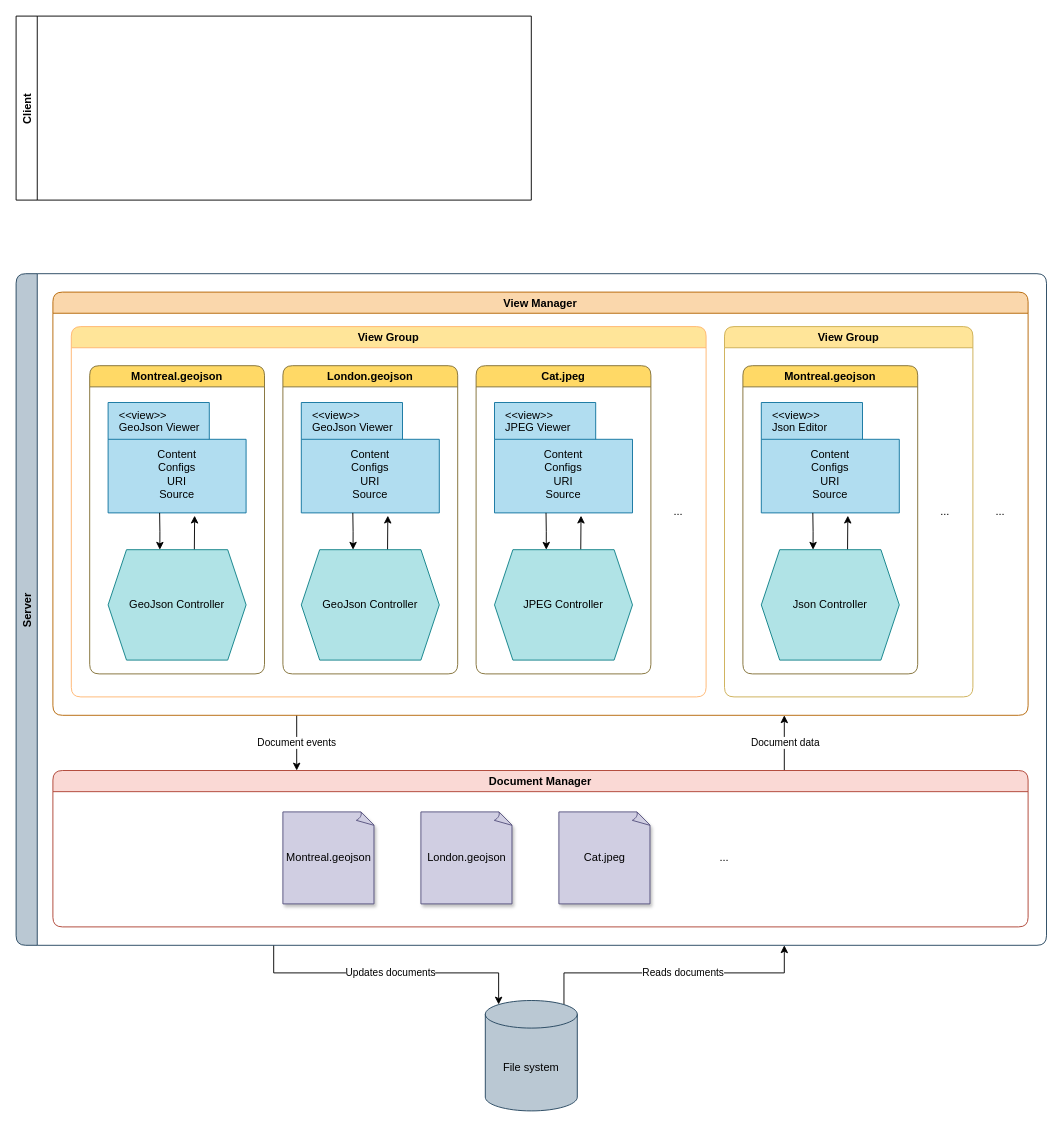
1amchris/ssanto keeps this draw.io diagram as views.drawio. Above is the earlier version. Source tidied: cells renumbered, new cells numbered last; positions are measured from the earlier drawing's top-left corner, leaving out a move shared by most shapes. Both pictures are drawn from the tidied source at 92%, with x=0, y=0 at pixel (16, 16).
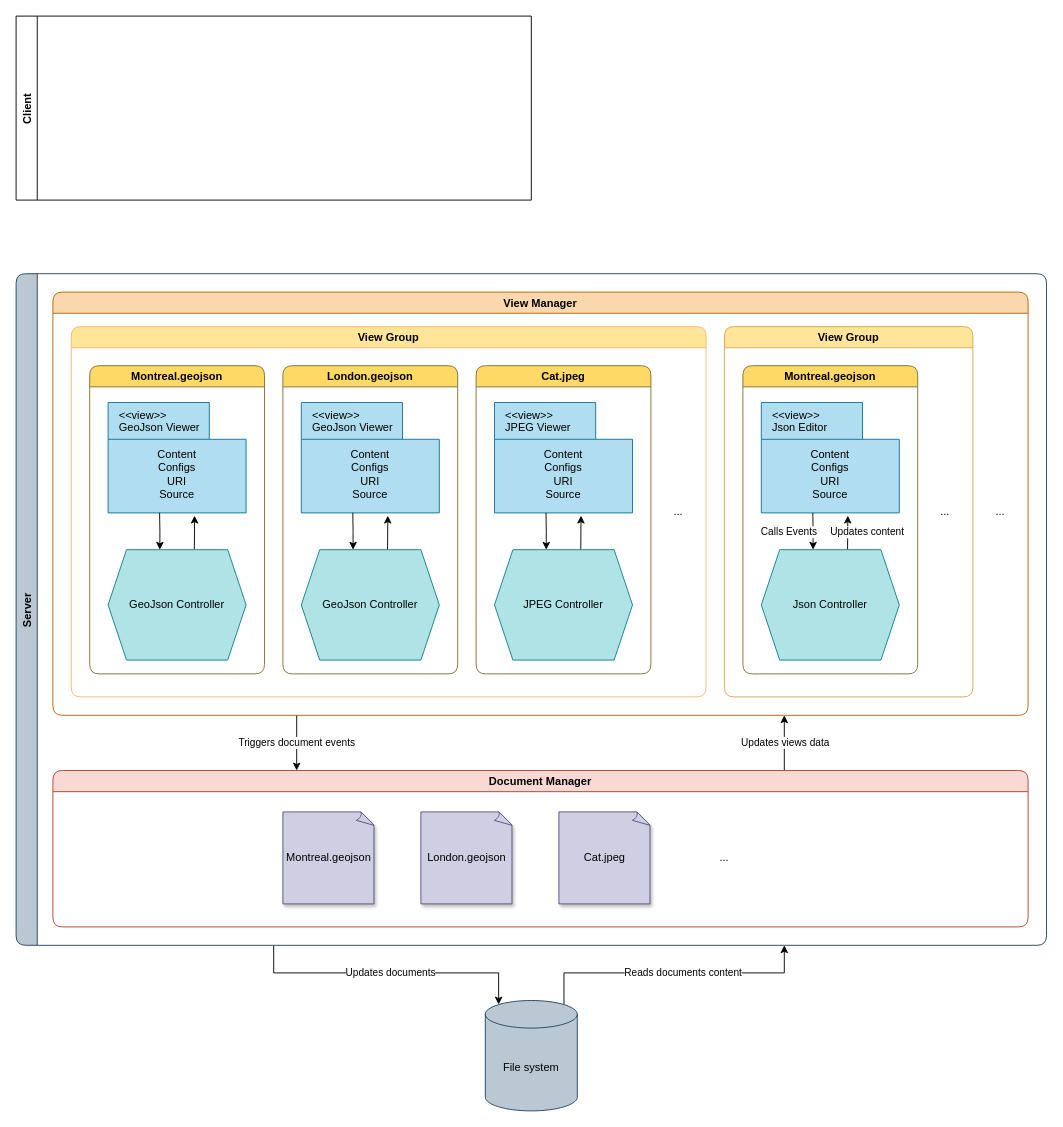
After the change.

Unchanged cells that the change refers to:
```xml
<mxCell id="5" value="Server" style="swimlane;horizontal=0;fillColor=#bac8d3;strokeColor=#23445d;rounded=1;" parent="1" vertex="1">
  <mxGeometry y="280" width="1120" height="730" as="geometry" />
</mxCell>
<mxCell id="6" style="edgeStyle=orthogonalEdgeStyle;rounded=0;jettySize=auto;html=1;exitX=0.75;exitY=0;exitDx=0;exitDy=0;entryX=0.75;entryY=1;entryDx=0;entryDy=0;startArrow=none;startFill=0;endArrow=classic;endFill=1;" parent="5" edge="1" source="8" target="14">
  <mxGeometry relative="1" as="geometry" />
</mxCell>
<mxCell id="8" value="Document Manager" style="swimlane;fillColor=#fad9d5;strokeColor=#ae4132;rounded=1;" parent="5" vertex="1">
  <mxGeometry x="40" y="540" width="1060" height="170" as="geometry" />
</mxCell>
<mxCell id="14" value="View Manager" style="swimlane;fillColor=#fad7ac;strokeColor=#b46504;rounded=1;" parent="5" vertex="1">
  <mxGeometry x="40" y="20" width="1060" height="460" as="geometry" />
</mxCell>
<mxCell id="38" style="edgeStyle=orthogonalEdgeStyle;rounded=0;jettySize=auto;html=1;exitX=0.625;exitY=0;exitDx=0;exitDy=0;entryX=0.627;entryY=1.025;entryDx=0;entryDy=0;entryPerimeter=0;" parent="36" edge="1" source="40" target="37">
  <mxGeometry relative="1" as="geometry" />
</mxCell>
<mxCell id="39" style="edgeStyle=orthogonalEdgeStyle;rounded=0;jettySize=auto;html=1;exitX=0.375;exitY=0;exitDx=0;exitDy=0;endArrow=none;endFill=0;startArrow=classic;startFill=1;" parent="36" edge="1" source="40">
  <mxGeometry relative="1" as="geometry">
    <mxPoint x="76" y="160" as="targetPoint" />
  </mxGeometry>
</mxCell>
<mxCell id="44" style="edgeStyle=orthogonalEdgeStyle;rounded=0;jettySize=auto;html=1;exitX=0.855;exitY=0;exitDx=0;exitDy=4.35;exitPerimeter=0;startArrow=none;startFill=0;endArrow=classic;endFill=1;" parent="1" edge="1" source="46">
  <mxGeometry relative="1" as="geometry">
    <mxPoint x="835" y="1010" as="targetPoint" />
    <Array as="points">
      <mxPoint x="596" y="1040" />
      <mxPoint x="835" y="1040" />
    </Array>
  </mxGeometry>
</mxCell>
```

Change to the diagram source:
```diff
@@
-    <mxCell id="7" value="Document data" style="edgeLabel;html=1;align=center;verticalAlign=middle;" parent="6" vertex="1">
+    <mxCell id="7" value="Updates views data" style="edgeLabel;html=1;align=center;verticalAlign=middle;" parent="6" vertex="1">
       <mxGeometry x="0.25" relative="1" as="geometry">
         <mxPoint y="7" as="offset" />
       </mxGeometry>
     </mxCell>
@@
-    <mxCell id="13" value="Document events" style="edgeStyle=orthogonalEdgeStyle;rounded=0;jettySize=auto;html=1;exitX=0.25;exitY=1;exitDx=0;exitDy=0;entryX=0.25;entryY=0;entryDx=0;entryDy=0;startArrow=none;startFill=0;endArrow=classic;endFill=1;" parent="5" edge="1" source="14" target="8">
+    <mxCell id="13" value="Triggers document events" style="edgeStyle=orthogonalEdgeStyle;rounded=0;jettySize=auto;html=1;exitX=0.25;exitY=1;exitDx=0;exitDy=0;entryX=0.25;entryY=0;entryDx=0;entryDy=0;startArrow=none;startFill=0;endArrow=classic;endFill=1;" parent="5" edge="1" source="14" target="8">
       <mxGeometry relative="1" as="geometry" />
     </mxCell>
@@
+    <mxCell id="47" value="Updates content" style="edgeLabel;html=1;align=center;verticalAlign=middle;" parent="38" vertex="1">
+      <mxGeometry x="-0.21" y="-1" relative="1" as="geometry">
+        <mxPoint x="20" y="-5" as="offset" />
+      </mxGeometry>
+    </mxCell>
@@
+    <mxCell id="48" value="Calls Events" style="edgeLabel;html=1;align=center;verticalAlign=middle;" parent="39" vertex="1">
+      <mxGeometry x="0.08" relative="1" as="geometry">
+        <mxPoint x="-27" y="2" as="offset" />
+      </mxGeometry>
+    </mxCell>
@@
-    <mxCell id="45" value="Reads documents" style="edgeLabel;html=1;align=center;verticalAlign=middle;" parent="44" vertex="1">
+    <mxCell id="45" value="Reads documents content" style="edgeLabel;html=1;align=center;verticalAlign=middle;" parent="44" vertex="1">
       <mxGeometry x="0.07" y="1" relative="1" as="geometry" />
     </mxCell>
```
